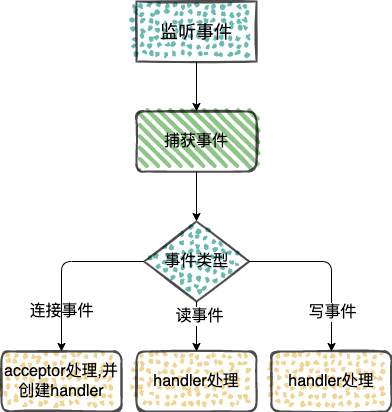
boilingfrog/Go-POINT keeps this draw.io diagram as img/redis/redis-reactor-list.png. Above is the earlier version. Source tidied: cells renumbered, new cells last; positions are measured from the earlier drawing's top-left corner, leaving out a move shared by most shapes.
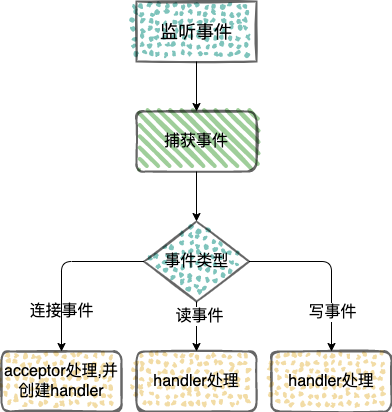
After the change.

Commit message:
feat:redis 中的原子性

What changed in the source:
```diff
@@ -2,19 +2,19 @@
   <root>
     <mxCell id="0" />
     <mxCell id="1" parent="0" />
-    <mxCell id="2" value="acceptor处理,并创建handler" style="rounded=1;whiteSpace=wrap;html=1;strokeWidth=2;fillWeight=2;hachureGap=8;hachureAngle=45;fillColor=#E9C46A;sketch=1;fontSize=16;fillStyle=dots;opacity=70;" parent="1" vertex="1">
+    <mxCell id="2" value="acceptor处理,并创建handler" style="rounded=1;whiteSpace=wrap;html=1;strokeWidth=2;fillWeight=2;hachureGap=8;hachureAngle=45;fillColor=#E9C46A;sketch=1;fontSize=16;fillStyle=dots;opacity=60;" parent="1" vertex="1">
       <mxGeometry y="350" width="120" height="60" as="geometry" />
     </mxCell>
     <mxCell id="3" style="edgeStyle=orthogonalEdgeStyle;html=1;fontSize=18;startArrow=none;startFill=0;" parent="1" edge="1" source="4" target="6">
       <mxGeometry relative="1" as="geometry" />
     </mxCell>
-    <mxCell id="4" value="&lt;span style=&quot;font-size: 18px&quot;&gt;监听事件&lt;/span&gt;" style="rounded=0;whiteSpace=wrap;html=1;fontFamily=Helvetica;fontSize=12;fontColor=default;strokeColor=default;fillColor=#2A9D8F;strokeWidth=2;fillWeight=2;hachureGap=8;fillStyle=dots;sketch=1;opacity=70;" parent="1" vertex="1">
+    <mxCell id="4" value="&lt;span style=&quot;font-size: 18px&quot;&gt;监听事件&lt;/span&gt;" style="rounded=0;whiteSpace=wrap;html=1;fontFamily=Helvetica;fontSize=12;fontColor=default;strokeColor=default;fillColor=#2A9D8F;strokeWidth=2;fillWeight=2;hachureGap=8;fillStyle=dots;sketch=1;opacity=60;" parent="1" vertex="1">
       <mxGeometry x="135" width="120" height="60" as="geometry" />
     </mxCell>
     <mxCell id="5" style="edgeStyle=orthogonalEdgeStyle;html=1;entryX=0.5;entryY=0;entryDx=0;entryDy=0;fontSize=16;startArrow=none;startFill=0;" parent="1" edge="1" source="6" target="12">
       <mxGeometry relative="1" as="geometry" />
     </mxCell>
-    <mxCell id="6" value="捕获事件" style="whiteSpace=wrap;html=1;fontSize=16;fillColor=#5FAD56;rounded=1;strokeWidth=2;fillWeight=4;hachureGap=8;hachureAngle=45;sketch=1;opacity=70;" parent="1" vertex="1">
+    <mxCell id="6" value="捕获事件" style="whiteSpace=wrap;html=1;fontSize=16;fillColor=#5FAD56;rounded=1;strokeWidth=2;fillWeight=4;hachureGap=8;hachureAngle=45;sketch=1;opacity=60;" parent="1" vertex="1">
       <mxGeometry x="135" y="110" width="120" height="60" as="geometry" />
     </mxCell>
     <mxCell id="7" style="edgeStyle=orthogonalEdgeStyle;html=1;entryX=0.5;entryY=0;entryDx=0;entryDy=0;fontSize=16;startArrow=none;startFill=0;" parent="1" edge="1" source="12" target="2">
@@ -34,13 +34,13 @@
     <mxCell id="11" value="读事件" style="edgeLabel;html=1;align=center;verticalAlign=middle;fontSize=16;" parent="10" vertex="1">
       <mxGeometry x="-0.46" y="2" relative="1" as="geometry" />
     </mxCell>
-    <mxCell id="12" value="&lt;font style=&quot;font-size: 16px&quot;&gt;事件类型&lt;/font&gt;" style="rhombus;whiteSpace=wrap;html=1;fontSize=12;fillColor=#2A9D8F;rounded=0;strokeWidth=2;fillWeight=2;hachureGap=8;fillStyle=dots;sketch=1;hachureAngle=45;opacity=70;" parent="1" vertex="1">
+    <mxCell id="12" value="&lt;font style=&quot;font-size: 16px&quot;&gt;事件类型&lt;/font&gt;" style="rhombus;whiteSpace=wrap;html=1;fontSize=12;fillColor=#2A9D8F;rounded=0;strokeWidth=2;fillWeight=2;hachureGap=8;fillStyle=dots;sketch=1;hachureAngle=45;opacity=60;" parent="1" vertex="1">
       <mxGeometry x="142.5" y="220" width="105" height="80" as="geometry" />
     </mxCell>
-    <mxCell id="13" value="handler处理" style="rounded=1;whiteSpace=wrap;html=1;strokeWidth=2;fillWeight=2;hachureGap=8;hachureAngle=45;fillColor=#E9C46A;sketch=1;fontSize=16;fillStyle=dots;opacity=70;" parent="1" vertex="1">
+    <mxCell id="13" value="handler处理" style="rounded=1;whiteSpace=wrap;html=1;strokeWidth=2;fillWeight=2;hachureGap=8;hachureAngle=45;fillColor=#E9C46A;sketch=1;fontSize=16;fillStyle=dots;opacity=60;" parent="1" vertex="1">
       <mxGeometry x="135" y="350" width="120" height="60" as="geometry" />
     </mxCell>
-    <mxCell id="14" value="handler处理" style="rounded=1;whiteSpace=wrap;html=1;strokeWidth=2;fillWeight=2;hachureGap=8;hachureAngle=45;fillColor=#E9C46A;sketch=1;fontSize=16;fillStyle=dots;opacity=70;" parent="1" vertex="1">
+    <mxCell id="14" value="handler处理" style="rounded=1;whiteSpace=wrap;html=1;strokeWidth=2;fillWeight=2;hachureGap=8;hachureAngle=45;fillColor=#E9C46A;sketch=1;fontSize=16;fillStyle=dots;opacity=60;" parent="1" vertex="1">
       <mxGeometry x="270" y="350" width="120" height="60" as="geometry" />
     </mxCell>
     <mxCell id="15" value="连接事件" style="text;html=1;align=center;verticalAlign=middle;strokeColor=none;fillColor=none;fontSize=16;" parent="1" vertex="1">
```
